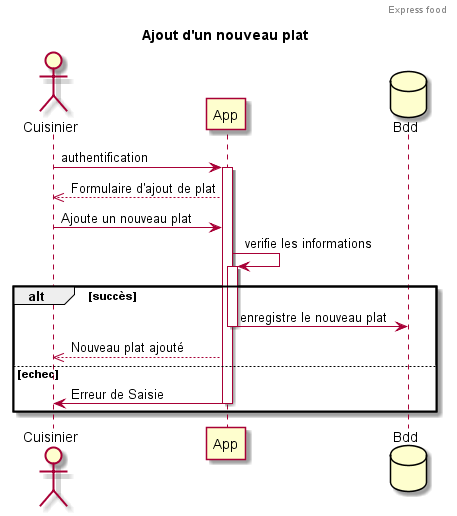
Earlier version of the PlantUML export P4_04_schémaUML_Sequence_Ajout_Plat.png (ArtGM/express-food). The source it was exported from:
```plantuml
@startuml
header Express food
title Ajout d'un nouveau plat
actor Cuisinier
participant App
database Bdd
Cuisinier -> App: authentification
activate App
App -->> Cuisinier: Formulaire d'ajout de plat
Cuisinier -> App: Ajoute un nouveau plat
App -> App: verifie les informations
activate App
alt succès
App -> Bdd: enregistre le nouveau plat
deactivate App
App -->> Cuisinier: Nouveau plat ajouté
else echec
App -> Cuisinier: Erreur de Saisie
deactivate App
end
@enduml
```
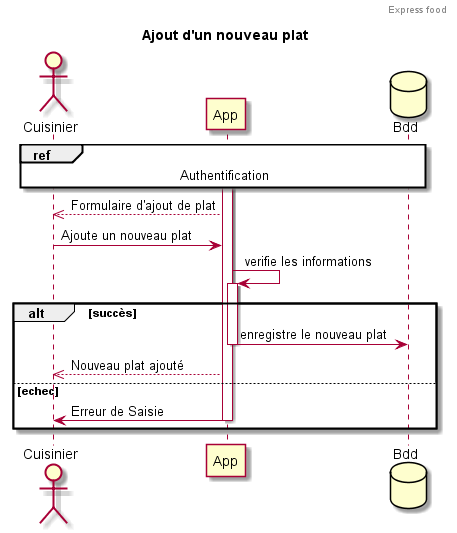
After the change.

Diff of the diagram source:
```diff
@@ -4,7 +4,7 @@
 actor Cuisinier
 participant App
 database Bdd
-Cuisinier -> App: authentification
+ref over Cuisinier, App, Bdd : Authentification
 activate App
 App -->> Cuisinier: Formulaire d'ajout de plat
 Cuisinier -> App: Ajoute un nouveau plat
```
